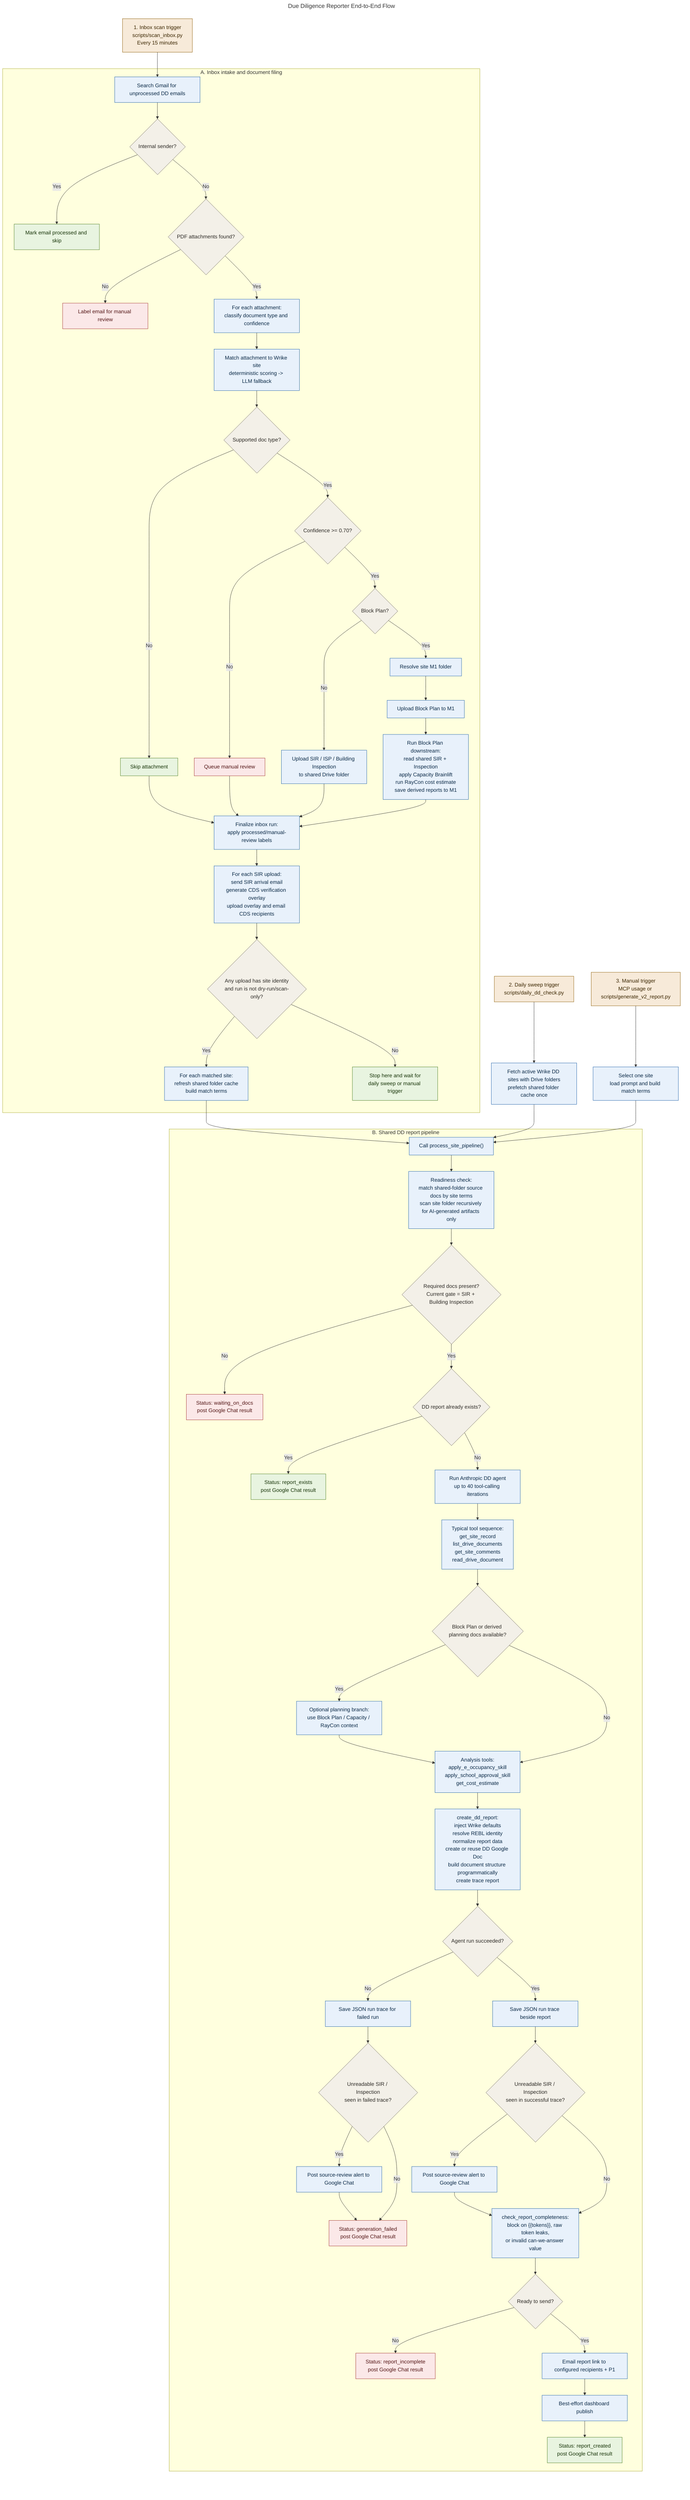
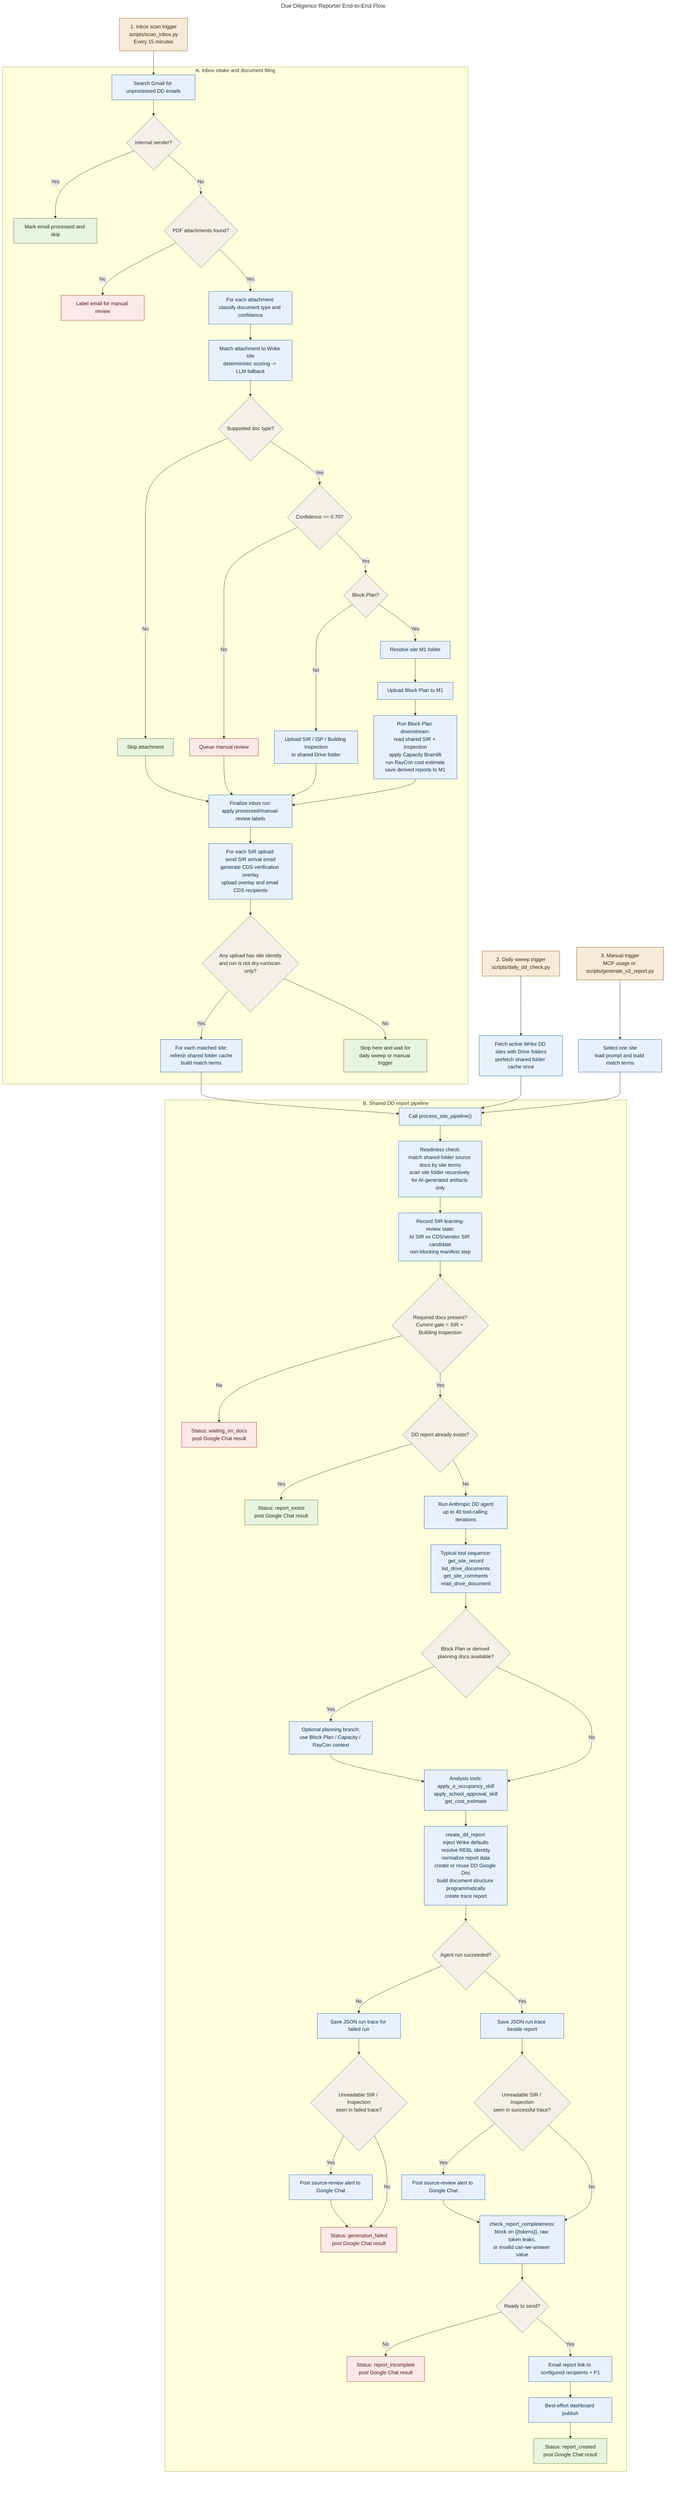
---
title: Due Diligence Reporter End-to-End Flow
---
flowchart TD
    A1["1. Inbox scan trigger<br/>scripts/scan_inbox.py<br/>Every 15 minutes"]
    A2["2. Daily sweep trigger<br/>scripts/daily_dd_check.py"]
    A3["3. Manual trigger<br/>MCP usage or scripts/generate_v2_report.py"]

    subgraph Intake["A. Inbox intake and document filing"]
        I1["Search Gmail for unprocessed DD emails"]
        I2{"Internal sender?"}
        I3["Mark email processed and skip"]
        I4{"PDF attachments found?"}
        I5["Label email for manual review"]
        I6["For each attachment:<br/>classify document type and confidence"]
        I7["Match attachment to Wrike site<br/>deterministic scoring -> LLM fallback"]
        I8{"Supported doc type?"}
        I9["Skip attachment"]
        I10{"Confidence >= 0.70?"}
        I11["Queue manual review"]
        I12{"Block Plan?"}
        I13["Upload SIR / ISP / Building Inspection<br/>to shared Drive folder"]
        I14["Resolve site M1 folder"]
        I15["Upload Block Plan to M1"]
        I16["Run Block Plan downstream:<br/>read shared SIR + Inspection<br/>apply Capacity Brainlift<br/>run RayCon cost estimate<br/>save derived reports to M1"]
        I17["Finalize inbox run:<br/>apply processed/manual-review labels"]
        I18["For each SIR upload:<br/>send SIR arrival email<br/>generate CDS verification overlay<br/>upload overlay and email CDS recipients"]
        I19{"Any upload has site identity<br/>and run is not dry-run/scan-only?"}
        I20["For each matched site:<br/>refresh shared folder cache<br/>build match terms"]
        I21["Stop here and wait for<br/>daily sweep or manual trigger"]
    end

    subgraph Pipeline["B. Shared DD report pipeline"]
        P0["Call process_site_pipeline()"]
        P1["Readiness check:<br/>match shared-folder source docs by site terms<br/>scan site folder recursively for AI-generated artifacts only"]
+         P1A["Record SIR learning-review state:<br/>AI SIR vs CDS/vendor SIR candidate<br/>non-blocking manifest step"]
        P2{"Required docs present?<br/>Current gate = SIR + Building Inspection"}
        P3["Status: waiting_on_docs<br/>post Google Chat result"]
        P4{"DD report already exists?"}
        P5["Status: report_exists<br/>post Google Chat result"]
        P6["Run Anthropic DD agent<br/>up to 40 tool-calling iterations"]
        P7["Typical tool sequence:<br/>get_site_record<br/>list_drive_documents<br/>get_site_comments<br/>read_drive_document"]
        P8{"Block Plan or derived planning docs available?"}
        P9["Optional planning branch:<br/>use Block Plan / Capacity / RayCon context"]
        P10["Analysis tools:<br/>apply_e_occupancy_skill<br/>apply_school_approval_skill<br/>get_cost_estimate"]
        P11["create_dd_report:<br/>inject Wrike defaults<br/>resolve REBL identity<br/>normalize report data<br/>create or reuse DD Google Doc<br/>build document structure programmatically<br/>create trace report"]
        P12{"Agent run succeeded?"}
        P13["Save JSON run trace for failed run"]
        P14{"Unreadable SIR / Inspection<br/>seen in failed trace?"}
        P15["Post source-review alert to Google Chat"]
        P16["Status: generation_failed<br/>post Google Chat result"]
        P17["Save JSON run trace beside report"]
        P18{"Unreadable SIR / Inspection<br/>seen in successful trace?"}
        P19["Post source-review alert to Google Chat"]
        P20["check_report_completeness:<br/>block on {{tokens}}, raw token leaks,<br/>or invalid can-we-answer value"]
        P21{"Ready to send?"}
        P22["Status: report_incomplete<br/>post Google Chat result"]
        P23["Email report link to configured recipients + P1"]
        P24["Best-effort dashboard publish"]
        P25["Status: report_created<br/>post Google Chat result"]
    end

    A1 --> I1
    I1 --> I2
    I2 -- Yes --> I3
    I2 -- No --> I4
    I4 -- No --> I5
    I4 -- Yes --> I6
    I6 --> I7
    I7 --> I8
    I8 -- No --> I9
    I8 -- Yes --> I10
    I10 -- No --> I11
    I10 -- Yes --> I12
    I12 -- No --> I13
    I12 -- Yes --> I14
    I14 --> I15 --> I16
    I9 --> I17
    I11 --> I17
    I13 --> I17
    I16 --> I17
    I17 --> I18 --> I19
    I19 -- Yes --> I20 --> P0
    I19 -- No --> I21

    A2 --> D1["Fetch active Wrike DD sites with Drive folders<br/>prefetch shared folder cache once"]
    D1 --> P0

    A3 --> D2["Select one site<br/>load prompt and build match terms"]
    D2 --> P0

-     P0 --> P1 --> P2
+     P0 --> P1 --> P1A --> P2
    P2 -- No --> P3
    P2 -- Yes --> P4
    P4 -- Yes --> P5
    P4 -- No --> P6
    P6 --> P7 --> P8
    P8 -- Yes --> P9 --> P10
    P8 -- No --> P10
    P10 --> P11 --> P12
    P12 -- No --> P13 --> P14
    P14 -- Yes --> P15 --> P16
    P14 -- No --> P16
    P12 -- Yes --> P17 --> P18
    P18 -- Yes --> P19 --> P20
    P18 -- No --> P20
    P20 --> P21
    P21 -- No --> P22
    P21 -- Yes --> P23 --> P24 --> P25

    classDef trigger fill:#f7ead9,stroke:#8a5a00,color:#3b2600;
    classDef process fill:#e8f1fb,stroke:#1d5fa7,color:#0a2946;
    classDef decision fill:#f3f0e8,stroke:#6b655d,color:#2d2a26;
    classDef output fill:#e8f4e0,stroke:#467a1f,color:#173408;
    classDef alert fill:#fbe8e8,stroke:#a02d2d,color:#531616;

    class A1,A2,A3 trigger;
-     class I1,I6,I7,I13,I14,I15,I16,I17,I18,I20,D1,D2,P0,P1,P6,P7,P9,P10,P11,P13,P15,P17,P19,P20,P23,P24 process;
+     class I1,I6,I7,I13,I14,I15,I16,I17,I18,I20,D1,D2,P0,P1,P1A,P6,P7,P9,P10,P11,P13,P15,P17,P19,P20,P23,P24 process;
    class I2,I4,I8,I10,I12,I19,P2,P4,P8,P12,P14,P18,P21 decision;
    class I3,I9,I21,P5,P25 output;
    class I5,I11,P3,P16,P22 alert;
